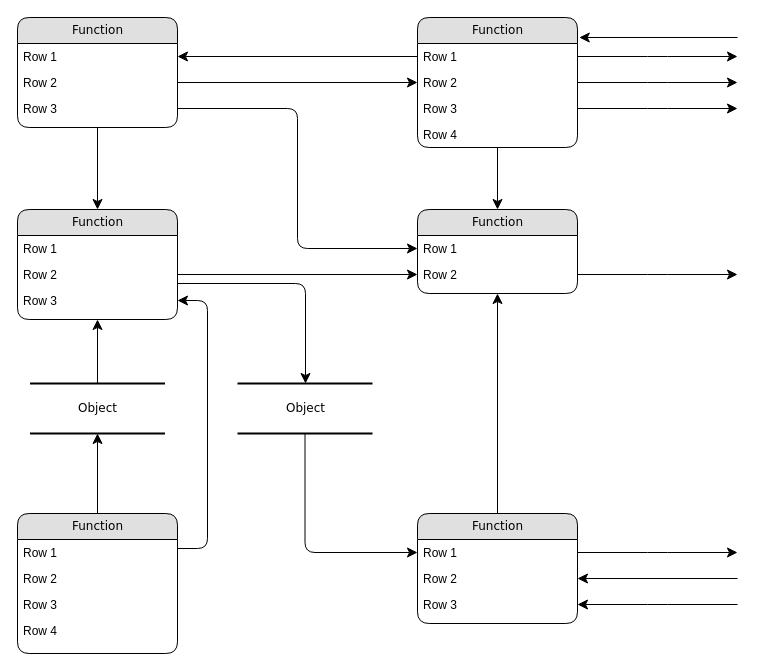
Earlier version of the draw.io diagram Drawings/Diagram zonder titel.drawio (PenguSwim/education-draw.io). Source tidied: cells renumbered, new cells numbered last; positions are measured from the earlier drawing's top-left corner, leaving out a move shared by most shapes. Both pictures are drawn from the tidied source at 100%, with x=0, y=0 at pixel (17, 17).
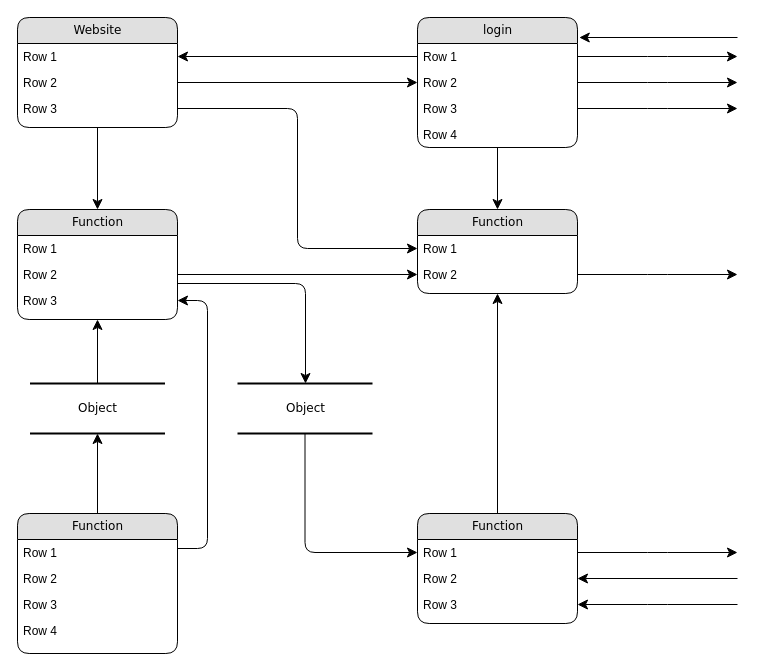
The same diagram, later.

The edit, as a diff of the source:
```diff
@@
-    <mxCell id="3" value="Function" style="swimlane;html=1;fontStyle=0;horizontal=1;startSize=26;fillColor=#e0e0e0;swimlaneFillColor=#ffffff;align=center;rounded=1;shadow=0;comic=0;labelBackgroundColor=none;strokeWidth=1;fontFamily=Verdana;fontSize=12;" parent="1" vertex="1">
+    <mxCell id="3" value="Website" style="swimlane;html=1;fontStyle=0;horizontal=1;startSize=26;fillColor=#e0e0e0;swimlaneFillColor=#ffffff;align=center;rounded=1;shadow=0;comic=0;labelBackgroundColor=none;strokeWidth=1;fontFamily=Verdana;fontSize=12;" parent="1" vertex="1">
       <mxGeometry width="160" height="110" as="geometry" />
     </mxCell>
@@
-    <mxCell id="7" value="Function" style="swimlane;html=1;fontStyle=0;horizontal=1;startSize=26;fillColor=#e0e0e0;swimlaneFillColor=#ffffff;align=center;rounded=1;shadow=0;comic=0;labelBackgroundColor=none;strokeWidth=1;fontFamily=Verdana;fontSize=12;" parent="1" vertex="1">
+    <mxCell id="7" value="login" style="swimlane;html=1;fontStyle=0;horizontal=1;startSize=26;fillColor=#e0e0e0;swimlaneFillColor=#ffffff;align=center;rounded=1;shadow=0;comic=0;labelBackgroundColor=none;strokeWidth=1;fontFamily=Verdana;fontSize=12;" parent="1" vertex="1">
       <mxGeometry x="400" width="160" height="130" as="geometry" />
     </mxCell>
```
